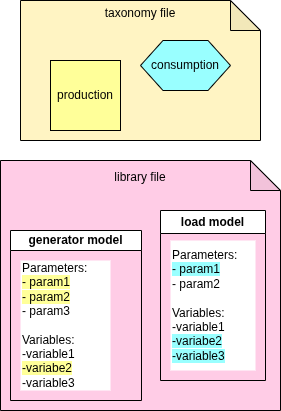
Before: doc/assets/6_taxonomy.png, a diagram exported from draw.io (AntaresSimulatorTeam/GEMS). Source tidied: cells renumbered, new cells last; positions are measured from the earlier drawing's top-left corner, leaving out a move shared by most shapes.
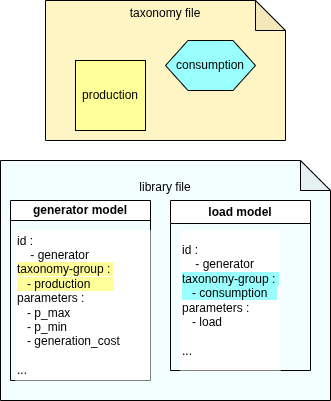
The same file after the commit.

Commit message:
update taxonomy scheme - delete color - put script like yml file

The edit, as a diff of the source:
```diff
@@ -2,29 +2,35 @@
   <root>
     <mxCell id="0" />
     <mxCell id="1" parent="0" />
+    <mxCell id="10" style="group;" parent="1" vertex="1">
+      <mxGeometry x="60" y="-90" width="240" height="140" as="geometry" />
+    </mxCell>
-    <mxCell id="2" value="taxonomy file&lt;div&gt;&lt;br&gt;&lt;/div&gt;&lt;div&gt;&lt;br&gt;&lt;/div&gt;&lt;div&gt;&lt;br&gt;&lt;/div&gt;&lt;div&gt;&lt;br&gt;&lt;/div&gt;&lt;div&gt;&lt;br&gt;&lt;/div&gt;&lt;div&gt;&lt;br&gt;&lt;/div&gt;&lt;div&gt;&lt;br&gt;&lt;/div&gt;&lt;div&gt;&lt;br&gt;&lt;/div&gt;" style="shape=note;whiteSpace=wrap;html=1;backgroundOutline=1;darkOpacity=0.05;fillColor=#FFF4C3;" parent="1" vertex="1">
-      <mxGeometry x="20" width="240" height="140" as="geometry" />
+    <mxCell id="2" value="taxonomy file&lt;div&gt;&lt;br&gt;&lt;/div&gt;&lt;div&gt;&lt;br&gt;&lt;/div&gt;&lt;div&gt;&lt;br&gt;&lt;/div&gt;&lt;div&gt;&lt;br&gt;&lt;/div&gt;&lt;div&gt;&lt;br&gt;&lt;/div&gt;&lt;div&gt;&lt;br&gt;&lt;/div&gt;&lt;div&gt;&lt;br&gt;&lt;/div&gt;&lt;div&gt;&lt;br&gt;&lt;/div&gt;" style="shape=note;whiteSpace=wrap;html=1;backgroundOutline=1;darkOpacity=0.05;fillColor=#FFF4C3;" parent="10" vertex="1">
+      <mxGeometry width="240" height="140" as="geometry" />
     </mxCell>
-    <mxCell id="3" value="production" style="whiteSpace=wrap;html=1;fillColor=#FFFF99;" parent="1" vertex="1">
-      <mxGeometry x="50" y="60" width="70" height="70" as="geometry" />
+    <mxCell id="3" value="production" style="whiteSpace=wrap;html=1;fillColor=#FFFF99;" parent="10" vertex="1">
+      <mxGeometry x="30" y="60" width="70" height="70" as="geometry" />
     </mxCell>
-    <mxCell id="4" value="consumption" style="shape=hexagon;whiteSpace=wrap;html=1;fillColor=#99FFFF;" parent="1" vertex="1">
-      <mxGeometry x="140" y="40" width="90" height="50" as="geometry" />
+    <mxCell id="4" value="consumption" style="shape=hexagon;whiteSpace=wrap;html=1;fillColor=#99FFFF;" parent="10" vertex="1">
+      <mxGeometry x="120" y="40" width="90" height="50" as="geometry" />
     </mxCell>
+    <mxCell id="11" style="group;" parent="1" vertex="1">
+      <mxGeometry x="15" y="70" width="330" height="240" as="geometry" />
+    </mxCell>
-    <mxCell id="5" value="&lt;div&gt;library file&lt;/div&gt;&lt;div&gt;&lt;br&gt;&lt;/div&gt;&lt;div&gt;&lt;br&gt;&lt;/div&gt;&lt;div&gt;&lt;br&gt;&lt;/div&gt;&lt;div&gt;&lt;br&gt;&lt;/div&gt;&lt;div&gt;&lt;br&gt;&lt;/div&gt;&lt;div&gt;&lt;br&gt;&lt;/div&gt;&lt;div&gt;&lt;br&gt;&lt;/div&gt;&lt;div&gt;&lt;br&gt;&lt;/div&gt;&lt;div&gt;&lt;br&gt;&lt;/div&gt;&lt;div&gt;&lt;br&gt;&lt;/div&gt;&lt;div&gt;&lt;br&gt;&lt;/div&gt;&lt;div&gt;&lt;br&gt;&lt;/div&gt;&lt;div&gt;&lt;br&gt;&lt;/div&gt;&lt;div&gt;&lt;br&gt;&lt;/div&gt;&lt;div&gt;&lt;br&gt;&lt;/div&gt;" style="shape=note;whiteSpace=wrap;html=1;backgroundOutline=1;darkOpacity=0.05;fillColor=#FFCCE6;" parent="1" vertex="1">
-      <mxGeometry y="160" width="280" height="250" as="geometry" />
+    <mxCell id="5" value="&lt;div&gt;library file&lt;/div&gt;&lt;div&gt;&lt;br&gt;&lt;/div&gt;&lt;div&gt;&lt;br&gt;&lt;/div&gt;&lt;div&gt;&lt;br&gt;&lt;/div&gt;&lt;div&gt;&lt;br&gt;&lt;/div&gt;&lt;div&gt;&lt;br&gt;&lt;/div&gt;&lt;div&gt;&lt;br&gt;&lt;/div&gt;&lt;div&gt;&lt;br&gt;&lt;/div&gt;&lt;div&gt;&lt;br&gt;&lt;/div&gt;&lt;div&gt;&lt;br&gt;&lt;/div&gt;&lt;div&gt;&lt;br&gt;&lt;/div&gt;&lt;div&gt;&lt;br&gt;&lt;/div&gt;&lt;div&gt;&lt;br&gt;&lt;/div&gt;&lt;div&gt;&lt;br&gt;&lt;/div&gt;" style="shape=note;whiteSpace=wrap;html=1;backgroundOutline=1;darkOpacity=0.05;fillColor=#F2FEFF;align=center;" parent="11" vertex="1">
+      <mxGeometry width="330" height="240" as="geometry" />
     </mxCell>
-    <mxCell id="6" value="generator model" style="swimlane;whiteSpace=wrap;html=1;fillColor=#FFFFFF;startSize=20;" parent="1" vertex="1">
-      <mxGeometry x="10" y="230" width="131" height="170" as="geometry" />
+    <mxCell id="6" value="generator model" style="swimlane;whiteSpace=wrap;html=1;fillColor=#FFFFFF;startSize=20;" parent="11" vertex="1">
+      <mxGeometry x="10" y="40" width="140" height="180" as="geometry" />
     </mxCell>
-    <mxCell id="7" value="Parameters:&lt;div&gt;&lt;span style=&quot;background-color: rgb(255, 255, 153);&quot;&gt;- param1&lt;/span&gt;&lt;/div&gt;&lt;div&gt;&lt;span style=&quot;background-color: rgb(255, 255, 153);&quot;&gt;- param2&lt;/span&gt;&lt;/div&gt;&lt;div&gt;- param3&lt;/div&gt;&lt;div&gt;&lt;br&gt;&lt;/div&gt;&lt;div&gt;Variables:&lt;/div&gt;&lt;div&gt;-variable1&lt;/div&gt;&lt;div&gt;&lt;span style=&quot;background-color: rgb(255, 255, 153);&quot;&gt;-variabe2&lt;/span&gt;&lt;/div&gt;&lt;div&gt;-variable3&lt;/div&gt;" style="text;html=1;whiteSpace=wrap;strokeColor=none;fillColor=#FFFFFF;align=left;verticalAlign=middle;rounded=0;" parent="6" vertex="1">
-      <mxGeometry x="10" y="30" width="90" height="130" as="geometry" />
+    <mxCell id="7" value="id :&amp;nbsp;&lt;div&gt;&amp;nbsp; &amp;nbsp; - generator&lt;div&gt;&lt;span style=&quot;background-color: rgb(255, 255, 153); color: light-dark(rgb(0, 0, 0), rgb(255, 255, 255));&quot;&gt;taxonomy-group :&amp;nbsp;&lt;/span&gt;&lt;/div&gt;&lt;div&gt;&lt;span style=&quot;background-color: rgb(255, 255, 153); color: light-dark(rgb(0, 0, 0), rgb(255, 255, 255));&quot;&gt;&amp;nbsp; &amp;nbsp;- production&amp;nbsp; &amp;nbsp; &amp;nbsp; &amp;nbsp;&lt;/span&gt;&lt;/div&gt;&lt;div&gt;parameters :&lt;/div&gt;&lt;/div&gt;&lt;div&gt;&amp;nbsp; &amp;nbsp;- p_max&lt;/div&gt;&lt;div&gt;&amp;nbsp; &amp;nbsp;- p_min&lt;/div&gt;&lt;div&gt;&amp;nbsp; &amp;nbsp;- generation_cost&lt;/div&gt;&lt;div&gt;&lt;br&gt;&lt;/div&gt;&lt;div&gt;...&lt;/div&gt;" style="text;html=1;whiteSpace=wrap;strokeColor=none;fillColor=#FFFFFF;align=left;verticalAlign=middle;rounded=0;" parent="6" vertex="1">
+      <mxGeometry x="5" y="30" width="135" height="150" as="geometry" />
     </mxCell>
-    <mxCell id="8" value="load model" style="swimlane;whiteSpace=wrap;html=1;fillColor=#FFFFFF;" parent="1" vertex="1">
-      <mxGeometry x="160" y="210" width="105" height="170" as="geometry" />
+    <mxCell id="8" value="load model" style="swimlane;whiteSpace=wrap;html=1;fillColor=#FFFFFF;" parent="11" vertex="1">
+      <mxGeometry x="170" y="40" width="140" height="170" as="geometry" />
     </mxCell>
-    <mxCell id="9" value="Parameters:&lt;div&gt;&lt;span style=&quot;background-color: rgb(153, 255, 255);&quot;&gt;- param1&lt;/span&gt;&lt;/div&gt;&lt;div&gt;- param2&lt;/div&gt;&lt;div&gt;&lt;br&gt;&lt;/div&gt;&lt;div&gt;Variables:&lt;/div&gt;&lt;div&gt;-variable1&lt;/div&gt;&lt;div&gt;&lt;span style=&quot;background-color: rgb(153, 255, 255);&quot;&gt;-variabe2&lt;/span&gt;&lt;/div&gt;&lt;div&gt;&lt;span style=&quot;background-color: rgb(153, 255, 255);&quot;&gt;-variable3&lt;/span&gt;&lt;/div&gt;" style="text;html=1;whiteSpace=wrap;strokeColor=none;fillColor=#FFFFFF;align=left;verticalAlign=middle;rounded=0;" parent="8" vertex="1">
-      <mxGeometry x="10" y="30" width="85" height="130" as="geometry" />
+    <mxCell id="9" value="id :&amp;nbsp;&lt;div&gt;&amp;nbsp; &amp;nbsp; - generator&lt;div&gt;&lt;span style=&quot;color: light-dark(rgb(0, 0, 0), rgb(255, 255, 255)); background-color: rgb(153, 255, 255);&quot;&gt;taxonomy-group :&amp;nbsp;&lt;/span&gt;&lt;/div&gt;&lt;div&gt;&lt;span style=&quot;color: light-dark(rgb(0, 0, 0), rgb(255, 255, 255)); background-color: rgb(153, 255, 255);&quot;&gt;&amp;nbsp; &amp;nbsp;- consumption&amp;nbsp; &amp;nbsp;&lt;/span&gt;&lt;/div&gt;&lt;div&gt;parameters :&lt;/div&gt;&lt;/div&gt;&lt;div&gt;&amp;nbsp; &amp;nbsp;- load&lt;/div&gt;&lt;div&gt;&lt;br&gt;&lt;/div&gt;&lt;div&gt;...&lt;/div&gt;" style="text;html=1;whiteSpace=wrap;strokeColor=none;fillColor=#FFFFFF;align=left;verticalAlign=middle;rounded=0;" parent="8" vertex="1">
+      <mxGeometry x="10" y="30" width="100" height="140" as="geometry" />
     </mxCell>
   </root>
 </mxGraphModel>
```
